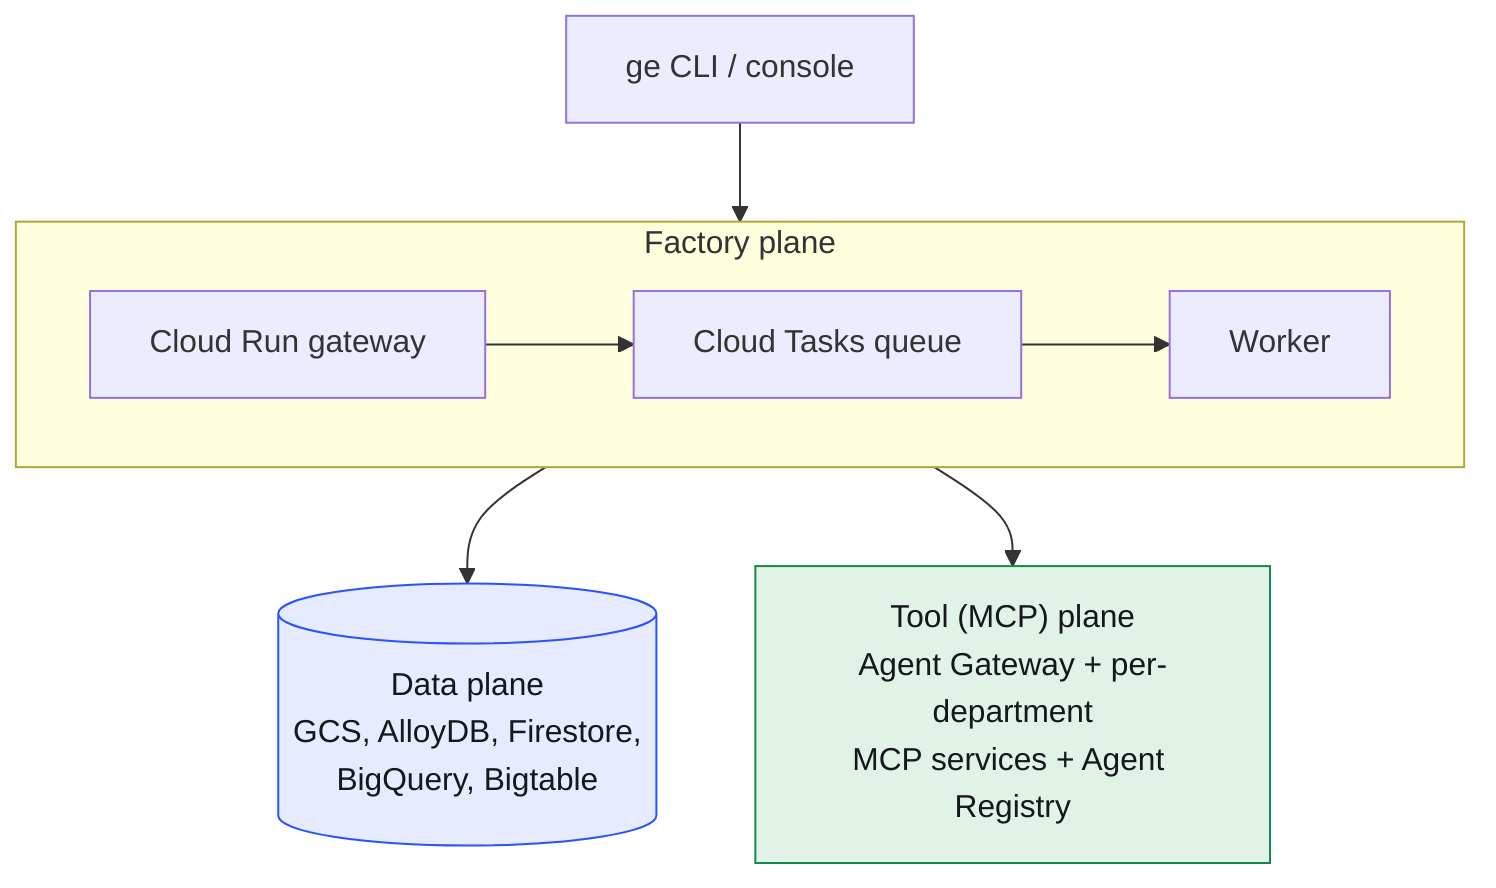
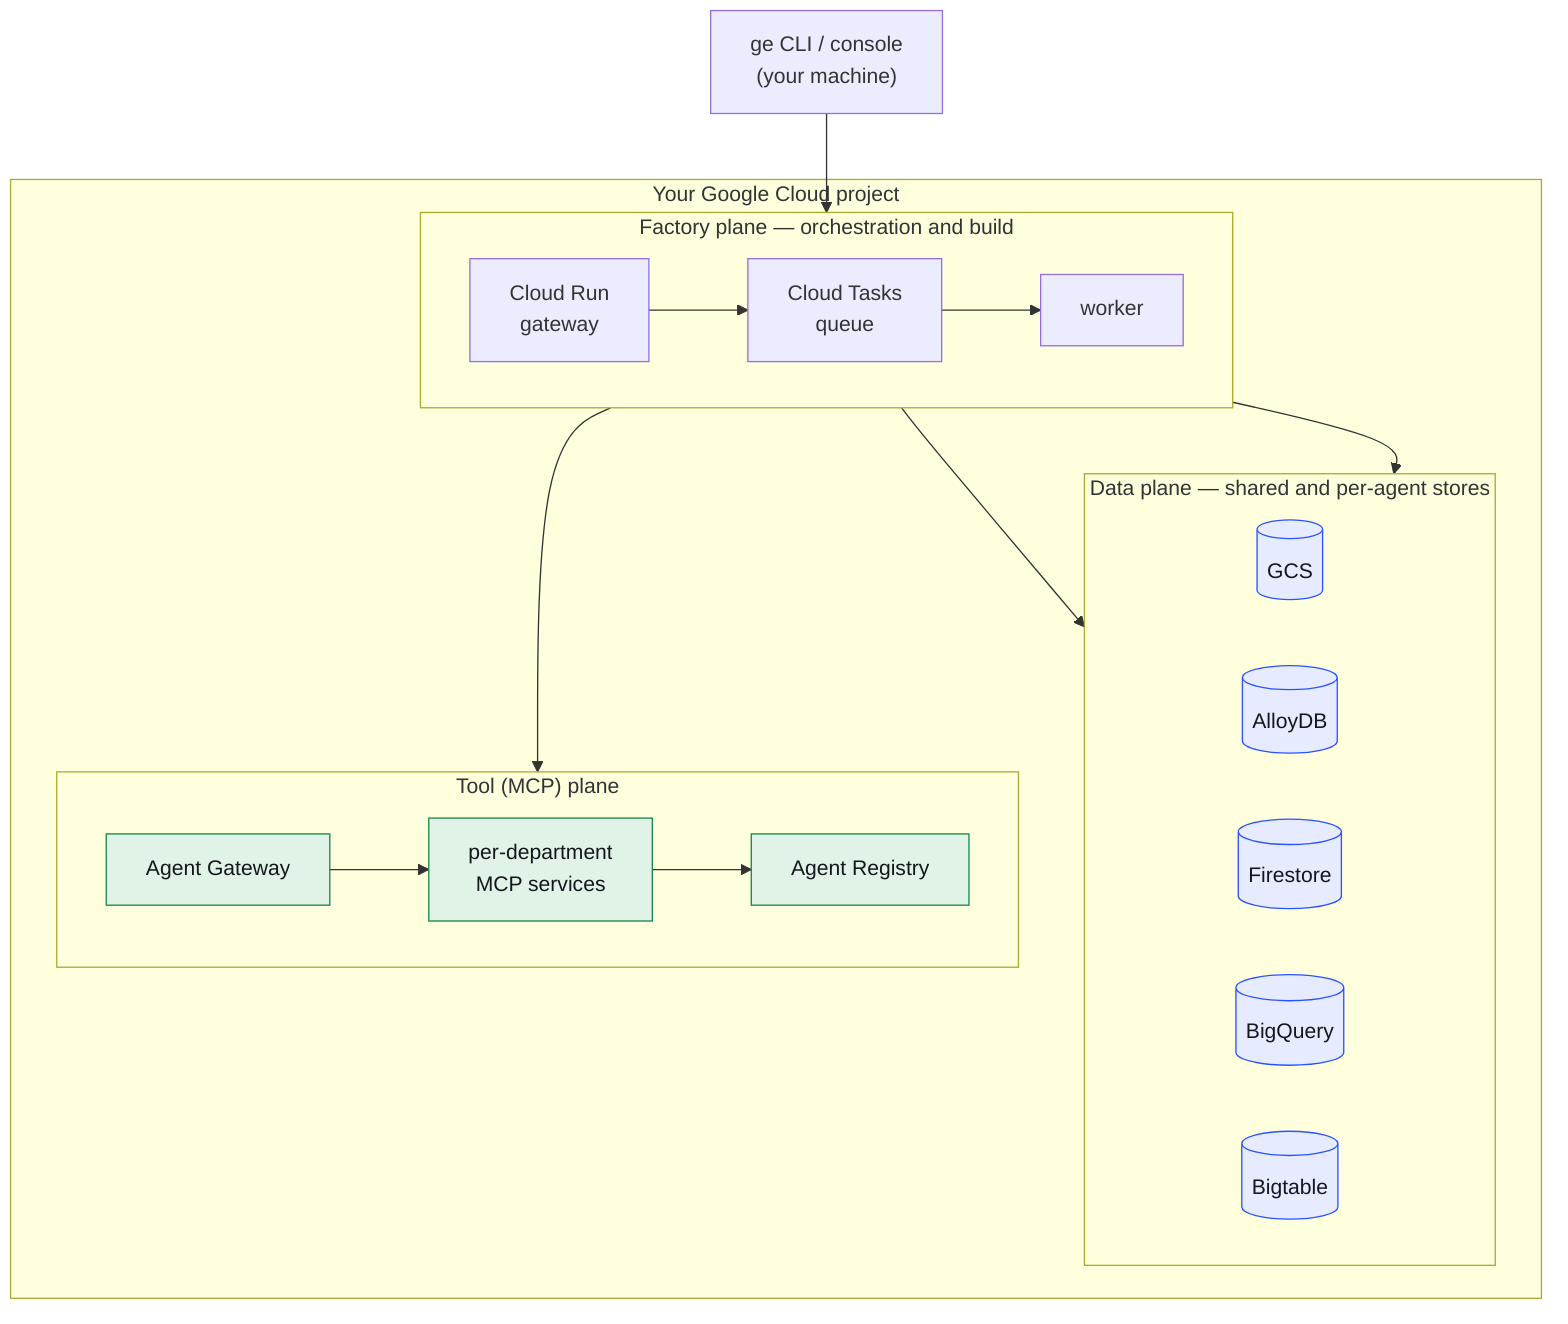
flowchart TB
-     CLI["ge CLI / console"] --> GW
-     subgraph FP["Factory plane"]
-         direction LR
-         GW["Cloud Run gateway"] --> CT["Cloud Tasks queue"] --> W["Worker"]
+     CLI["ge CLI / console\n(your machine)"]
+     subgraph GCP["Your Google Cloud project"]
+         subgraph FP["Factory plane — orchestration and build"]
+             direction LR
+             GW["Cloud Run\ngateway"] --> CT["Cloud Tasks\nqueue"] --> W["worker"]
+         end
+         subgraph DP["Data plane — shared and per-agent stores"]
+             direction LR
+             GCS[("GCS")]
+             ADB[("AlloyDB")]
+             FS[("Firestore")]
+             BQ[("BigQuery")]
+             BT[("Bigtable")]
+         end
+         subgraph TP["Tool (MCP) plane"]
+             direction LR
+             AG["Agent Gateway"] --> MS["per-department\nMCP services"] --> AR["Agent Registry"]
+         end
+         W --> ADB
+         W --> FS
+         W --> AG
    end
-     W --> DP[("Data plane\nGCS, AlloyDB, Firestore,\nBigQuery, Bigtable")]
-     W --> TP["Tool (MCP) plane\nAgent Gateway + per-department\nMCP services + Agent Registry"]
+     CLI --> GW

    classDef data fill:#e6ebff,stroke:#2953ff,color:#14171c
    classDef tool fill:#e1f3e7,stroke:#16874a,color:#14171c
-     class DP data
-     class TP tool
+     class GCS,ADB,FS,BQ,BT data
+     class AG,MS,AR tool
